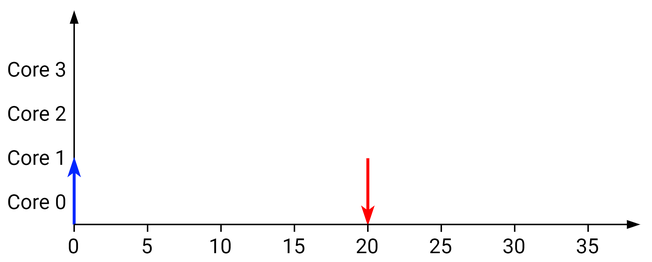
The draw.io diagram Notes/TFM_presentations/midterm/figures/drawings/priorityInversion_system.png in jmigual/APATeoria, before a commit. Source tidied: cells renumbered, new cells last; positions are measured from the earlier drawing's top-left corner, leaving out a move shared by most shapes. Source of this version:
```xml
<mxGraphModel math="1">
  <root>
    <mxCell id="0" />
    <mxCell id="1" parent="0" />
    <mxCell id="2" style="endArrow=blockThin;html=1;strokeColor=#000000;endFill=1;exitX=0.5;exitY=0;exitDx=0;exitDy=0;fontFamily=Roboto;" parent="1" edge="1">
      <mxGeometry relative="1" as="geometry">
        <mxPoint x="50" y="150" as="sourcePoint" />
        <mxPoint x="50" as="targetPoint" />
      </mxGeometry>
    </mxCell>
    <mxCell id="3" value="&lt;div style=&quot;font-size: 14px;&quot;&gt;0&lt;/div&gt;" style="text;html=1;strokeColor=none;fillColor=none;align=center;verticalAlign=middle;whiteSpace=wrap;rounded=0;fontSize=14;fontFamily=Roboto;" parent="1" vertex="1">
      <mxGeometry x="40" y="150" width="20" height="20" as="geometry" />
    </mxCell>
    <mxCell id="4" value="5" style="text;html=1;strokeColor=none;fillColor=none;align=center;verticalAlign=middle;whiteSpace=wrap;rounded=0;fontSize=14;fontFamily=Roboto;" parent="1" vertex="1">
      <mxGeometry x="90" y="150" width="20" height="20" as="geometry" />
    </mxCell>
    <mxCell id="5" value="10" style="text;html=1;strokeColor=none;fillColor=none;align=center;verticalAlign=middle;whiteSpace=wrap;rounded=0;fontSize=14;fontFamily=Roboto;" parent="1" vertex="1">
      <mxGeometry x="140" y="150" width="20" height="20" as="geometry" />
    </mxCell>
    <mxCell id="6" value="15" style="text;html=1;strokeColor=none;fillColor=none;align=center;verticalAlign=middle;whiteSpace=wrap;rounded=0;fontSize=14;fontFamily=Roboto;" parent="1" vertex="1">
      <mxGeometry x="190" y="150" width="20" height="20" as="geometry" />
    </mxCell>
    <mxCell id="7" value="20" style="text;html=1;strokeColor=none;fillColor=none;align=center;verticalAlign=middle;whiteSpace=wrap;rounded=0;fontSize=14;fontFamily=Roboto;" parent="1" vertex="1">
      <mxGeometry x="240" y="150" width="20" height="20" as="geometry" />
    </mxCell>
    <mxCell id="8" value="Core 0" style="text;html=1;strokeColor=none;fillColor=none;align=center;verticalAlign=middle;whiteSpace=wrap;rounded=0;fontSize=14;fontColor=#000000;fontFamily=Roboto;" parent="1" vertex="1">
      <mxGeometry y="120" width="50" height="20" as="geometry" />
    </mxCell>
    <mxCell id="9" value="Core 1" style="text;html=1;strokeColor=none;fillColor=none;align=center;verticalAlign=middle;whiteSpace=wrap;rounded=0;fontSize=14;fontColor=#000000;fontFamily=Roboto;" parent="1" vertex="1">
      <mxGeometry y="90" width="50" height="20" as="geometry" />
    </mxCell>
    <mxCell id="10" style="endArrow=none;html=1;fontFamily=Roboto;" parent="1" edge="1" source="11">
      <mxGeometry relative="1" as="geometry">
        <mxPoint x="300" y="145" as="targetPoint" />
      </mxGeometry>
    </mxCell>
    <mxCell id="11" value="25" style="text;html=1;strokeColor=none;fillColor=none;align=center;verticalAlign=middle;whiteSpace=wrap;rounded=0;fontSize=14;fontFamily=Roboto;" parent="1" vertex="1">
      <mxGeometry x="290" y="150" width="20" height="20" as="geometry" />
    </mxCell>
    <mxCell id="12" style="endArrow=none;html=1;exitX=0.5;exitY=0;exitDx=0;exitDy=0;fontFamily=Roboto;" parent="1" edge="1" source="11">
      <mxGeometry relative="1" as="geometry">
        <mxPoint x="300" y="145" as="targetPoint" />
      </mxGeometry>
    </mxCell>
    <mxCell id="13" style="endArrow=none;html=1;exitX=0.5;exitY=0;exitDx=0;exitDy=0;fontFamily=Roboto;" parent="1" edge="1" source="7">
      <mxGeometry relative="1" as="geometry">
        <mxPoint x="250" y="145" as="targetPoint" />
      </mxGeometry>
    </mxCell>
    <mxCell id="14" style="endArrow=none;html=1;exitX=0.5;exitY=0;exitDx=0;exitDy=0;fontFamily=Roboto;" parent="1" edge="1" source="6">
      <mxGeometry relative="1" as="geometry">
        <mxPoint x="200" y="145" as="targetPoint" />
      </mxGeometry>
    </mxCell>
    <mxCell id="15" style="endArrow=none;html=1;exitX=0.5;exitY=0;exitDx=0;exitDy=0;fontFamily=Roboto;" parent="1" edge="1" source="5">
      <mxGeometry relative="1" as="geometry">
        <mxPoint x="150" y="145" as="targetPoint" />
      </mxGeometry>
    </mxCell>
    <mxCell id="16" style="endArrow=none;html=1;exitX=0.5;exitY=0;exitDx=0;exitDy=0;fontFamily=Roboto;" parent="1" edge="1" source="4">
      <mxGeometry relative="1" as="geometry">
        <mxPoint x="100" y="145" as="targetPoint" />
      </mxGeometry>
    </mxCell>
    <mxCell id="17" value="Core 2" style="text;html=1;strokeColor=none;fillColor=none;align=center;verticalAlign=middle;whiteSpace=wrap;rounded=0;fontSize=14;fontColor=#000000;fontFamily=Roboto;" parent="1" vertex="1">
      <mxGeometry y="60" width="50" height="20" as="geometry" />
    </mxCell>
    <mxCell id="18" style="endArrow=classicThin;html=1;strokeColor=#0027FF;fillColor=#0050ef;endFill=1;strokeWidth=2;fontFamily=Roboto;" parent="1" edge="1">
      <mxGeometry relative="1" as="geometry">
        <mxPoint x="50" y="145" as="sourcePoint" />
        <mxPoint x="50" y="100" as="targetPoint" />
      </mxGeometry>
    </mxCell>
    <mxCell id="19" value="Core 3" style="text;html=1;strokeColor=none;fillColor=none;align=center;verticalAlign=middle;whiteSpace=wrap;rounded=0;fontSize=14;fontColor=#000000;fontFamily=Roboto;" parent="1" vertex="1">
      <mxGeometry y="30" width="50" height="20" as="geometry" />
    </mxCell>
    <mxCell id="20" style="endArrow=none;html=1;strokeColor=#FF0000;fillColor=#0050ef;endFill=0;strokeWidth=2;startArrow=classicThin;startFill=1;fontFamily=Roboto;" parent="1" edge="1">
      <mxGeometry relative="1" as="geometry">
        <mxPoint x="250" y="145" as="sourcePoint" />
        <mxPoint x="250" y="100" as="targetPoint" />
      </mxGeometry>
    </mxCell>
    <mxCell id="21" style="endArrow=none;html=1;fontFamily=Roboto;" parent="1" edge="1" source="22">
      <mxGeometry relative="1" as="geometry">
        <mxPoint x="400" y="145" as="targetPoint" />
      </mxGeometry>
    </mxCell>
    <mxCell id="22" value="35" style="text;html=1;strokeColor=none;fillColor=none;align=center;verticalAlign=middle;whiteSpace=wrap;rounded=0;fontSize=14;fontFamily=Roboto;" parent="1" vertex="1">
      <mxGeometry x="390" y="150" width="20" height="20" as="geometry" />
    </mxCell>
    <mxCell id="23" style="endArrow=blockThin;html=1;endFill=1;fontFamily=Roboto;" parent="1" edge="1">
      <mxGeometry relative="1" as="geometry">
        <mxPoint x="50" y="145" as="sourcePoint" />
        <mxPoint x="435" y="145" as="targetPoint" />
      </mxGeometry>
    </mxCell>
    <mxCell id="24" style="endArrow=none;html=1;fontFamily=Roboto;" parent="1" edge="1" source="25">
      <mxGeometry relative="1" as="geometry">
        <mxPoint x="350" y="145" as="targetPoint" />
      </mxGeometry>
    </mxCell>
    <mxCell id="25" value="30" style="text;html=1;strokeColor=none;fillColor=none;align=center;verticalAlign=middle;whiteSpace=wrap;rounded=0;fontSize=14;fontFamily=Roboto;" parent="1" vertex="1">
      <mxGeometry x="340" y="150" width="20" height="20" as="geometry" />
    </mxCell>
  </root>
</mxGraphModel>
```
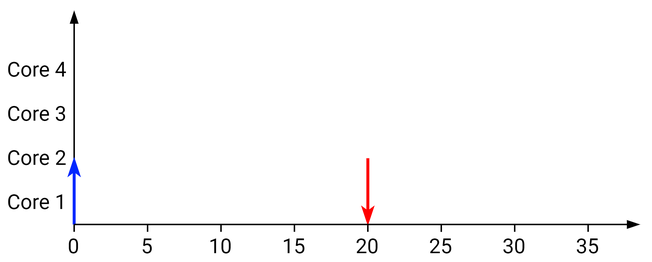
After the change.

Diff of the diagram source:
```diff
@@ -23,10 +23,10 @@
     <mxCell id="7" value="20" style="text;html=1;strokeColor=none;fillColor=none;align=center;verticalAlign=middle;whiteSpace=wrap;rounded=0;fontSize=14;fontFamily=Roboto;" parent="1" vertex="1">
       <mxGeometry x="240" y="150" width="20" height="20" as="geometry" />
     </mxCell>
-    <mxCell id="8" value="Core 0" style="text;html=1;strokeColor=none;fillColor=none;align=center;verticalAlign=middle;whiteSpace=wrap;rounded=0;fontSize=14;fontColor=#000000;fontFamily=Roboto;" parent="1" vertex="1">
+    <mxCell id="8" value="Core 1" style="text;html=1;strokeColor=none;fillColor=none;align=center;verticalAlign=middle;whiteSpace=wrap;rounded=0;fontSize=14;fontColor=#000000;fontFamily=Roboto;" parent="1" vertex="1">
       <mxGeometry y="120" width="50" height="20" as="geometry" />
     </mxCell>
-    <mxCell id="9" value="Core 1" style="text;html=1;strokeColor=none;fillColor=none;align=center;verticalAlign=middle;whiteSpace=wrap;rounded=0;fontSize=14;fontColor=#000000;fontFamily=Roboto;" parent="1" vertex="1">
+    <mxCell id="9" value="Core 2" style="text;html=1;strokeColor=none;fillColor=none;align=center;verticalAlign=middle;whiteSpace=wrap;rounded=0;fontSize=14;fontColor=#000000;fontFamily=Roboto;" parent="1" vertex="1">
       <mxGeometry y="90" width="50" height="20" as="geometry" />
     </mxCell>
     <mxCell id="10" style="endArrow=none;html=1;fontFamily=Roboto;" parent="1" edge="1" source="11">
@@ -62,7 +62,7 @@
         <mxPoint x="100" y="145" as="targetPoint" />
       </mxGeometry>
     </mxCell>
-    <mxCell id="17" value="Core 2" style="text;html=1;strokeColor=none;fillColor=none;align=center;verticalAlign=middle;whiteSpace=wrap;rounded=0;fontSize=14;fontColor=#000000;fontFamily=Roboto;" parent="1" vertex="1">
+    <mxCell id="17" value="Core 3" style="text;html=1;strokeColor=none;fillColor=none;align=center;verticalAlign=middle;whiteSpace=wrap;rounded=0;fontSize=14;fontColor=#000000;fontFamily=Roboto;" parent="1" vertex="1">
       <mxGeometry y="60" width="50" height="20" as="geometry" />
     </mxCell>
     <mxCell id="18" style="endArrow=classicThin;html=1;strokeColor=#0027FF;fillColor=#0050ef;endFill=1;strokeWidth=2;fontFamily=Roboto;" parent="1" edge="1">
@@ -71,7 +71,7 @@
         <mxPoint x="50" y="100" as="targetPoint" />
       </mxGeometry>
     </mxCell>
-    <mxCell id="19" value="Core 3" style="text;html=1;strokeColor=none;fillColor=none;align=center;verticalAlign=middle;whiteSpace=wrap;rounded=0;fontSize=14;fontColor=#000000;fontFamily=Roboto;" parent="1" vertex="1">
+    <mxCell id="19" value="Core 4" style="text;html=1;strokeColor=none;fillColor=none;align=center;verticalAlign=middle;whiteSpace=wrap;rounded=0;fontSize=14;fontColor=#000000;fontFamily=Roboto;" parent="1" vertex="1">
       <mxGeometry y="30" width="50" height="20" as="geometry" />
     </mxCell>
     <mxCell id="20" style="endArrow=none;html=1;strokeColor=#FF0000;fillColor=#0050ef;endFill=0;strokeWidth=2;startArrow=classicThin;startFill=1;fontFamily=Roboto;" parent="1" edge="1">
```
